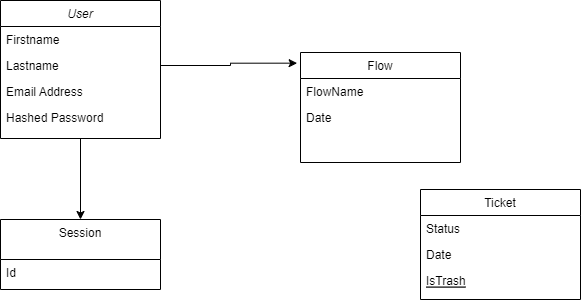
Earlier version of the draw.io export MDC.drawio.png (ClementPremartin/diagramme-flux). Source tidied: cells renumbered, new cells last; positions are measured from the earlier drawing's top-left corner, leaving out a move shared by most shapes.
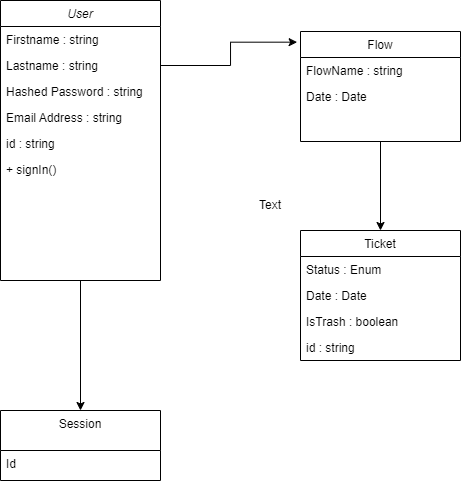
After the change.

Commit message:
Mettre à jour MDC.drawio.png

The edit, as a diff of the source:
```diff
@@ -3,45 +3,54 @@
     <mxCell id="0" />
     <mxCell id="1" parent="0" />
     <mxCell id="2" value="User" style="swimlane;fontStyle=2;align=center;verticalAlign=top;horizontal=1;startSize=26;rounded=0;shadow=0;strokeWidth=1;" parent="1" vertex="1">
-      <mxGeometry width="160" height="138" as="geometry" />
+      <mxGeometry y="-31" width="160" height="280" as="geometry" />
     </mxCell>
-    <mxCell id="3" value="Firstname" style="text;align=left;verticalAlign=top;spacingLeft=4;spacingRight=4;overflow=hidden;" parent="2" vertex="1">
+    <mxCell id="3" value="Firstname : string" style="text;align=left;verticalAlign=top;spacingLeft=4;spacingRight=4;overflow=hidden;" parent="2" vertex="1">
       <mxGeometry y="26" width="160" height="26" as="geometry" />
     </mxCell>
-    <mxCell id="4" value="Lastname" style="text;align=left;verticalAlign=top;spacingLeft=4;spacingRight=4;overflow=hidden;points=[[0,0.5],[1,0.5]];portConstraint=eastwest;rounded=0;shadow=0;html=0;" parent="2" vertex="1">
+    <mxCell id="4" value="Lastname : string" style="text;align=left;verticalAlign=top;spacingLeft=4;spacingRight=4;overflow=hidden;points=[[0,0.5],[1,0.5]];portConstraint=eastwest;rounded=0;shadow=0;html=0;" parent="2" vertex="1">
       <mxGeometry y="52" width="160" height="26" as="geometry" />
     </mxCell>
+    <mxCell id="6" value="Hashed Password : string" style="text;align=left;verticalAlign=top;spacingLeft=4;spacingRight=4;overflow=hidden;rounded=0;shadow=0;html=0;" parent="2" vertex="1">
+      <mxGeometry y="78" width="160" height="26" as="geometry" />
+    </mxCell>
-    <mxCell id="5" value="Email Address" style="text;align=left;verticalAlign=top;spacingLeft=4;spacingRight=4;overflow=hidden;rounded=0;shadow=0;html=0;" parent="2" vertex="1">
-      <mxGeometry y="78" width="160" height="26" as="geometry" />
+    <mxCell id="5" value="Email Address : string" style="text;align=left;verticalAlign=top;spacingLeft=4;spacingRight=4;overflow=hidden;rounded=0;shadow=0;html=0;" parent="2" vertex="1">
+      <mxGeometry y="104" width="160" height="26" as="geometry" />
     </mxCell>
-    <mxCell id="6" value="Hashed Password" style="text;align=left;verticalAlign=top;spacingLeft=4;spacingRight=4;overflow=hidden;rounded=0;shadow=0;html=0;" parent="2" vertex="1">
-      <mxGeometry y="104" width="160" height="26" as="geometry" />
-    </mxCell>
+    <mxCell id="18" value="id : string" style="text;align=left;verticalAlign=top;spacingLeft=4;spacingRight=4;overflow=hidden;rounded=0;shadow=0;html=0;" parent="2" vertex="1">
+      <mxGeometry y="130" width="160" height="26" as="geometry" />
+    </mxCell>
+    <mxCell id="19" value="+ signIn()" style="text;align=left;verticalAlign=top;spacingLeft=4;spacingRight=4;overflow=hidden;rounded=0;shadow=0;html=0;" parent="2" vertex="1">
+      <mxGeometry y="156" width="160" height="26" as="geometry" />
+    </mxCell>
     <mxCell id="7" value="Ticket" style="swimlane;fontStyle=0;align=center;verticalAlign=top;horizontal=1;startSize=26;rounded=0;shadow=0;strokeWidth=1;" parent="1" vertex="1">
-      <mxGeometry x="420" y="189" width="160" height="110" as="geometry" />
+      <mxGeometry x="300" y="199" width="160" height="130" as="geometry" />
     </mxCell>
-    <mxCell id="8" value="Status" style="text;align=left;verticalAlign=top;spacingLeft=4;spacingRight=4;overflow=hidden;" parent="7" vertex="1">
+    <mxCell id="8" value="Status : Enum" style="text;align=left;verticalAlign=top;spacingLeft=4;spacingRight=4;overflow=hidden;" parent="7" vertex="1">
       <mxGeometry y="26" width="160" height="26" as="geometry" />
     </mxCell>
-    <mxCell id="9" value="Date" style="text;align=left;verticalAlign=top;spacingLeft=4;spacingRight=4;overflow=hidden;rounded=0;shadow=0;html=0;" parent="7" vertex="1">
+    <mxCell id="9" value="Date : Date" style="text;align=left;verticalAlign=top;spacingLeft=4;spacingRight=4;overflow=hidden;rounded=0;shadow=0;html=0;" parent="7" vertex="1">
       <mxGeometry y="52" width="160" height="26" as="geometry" />
     </mxCell>
-    <mxCell id="10" value="IsTrash" style="text;align=left;verticalAlign=top;spacingLeft=4;spacingRight=4;overflow=hidden;fontStyle=4;" parent="7" vertex="1">
+    <mxCell id="10" value="IsTrash : boolean" style="text;align=left;verticalAlign=top;spacingLeft=4;spacingRight=4;overflow=hidden;fontStyle=0;" parent="7" vertex="1">
       <mxGeometry y="78" width="160" height="26" as="geometry" />
     </mxCell>
+    <mxCell id="20" value="id : string" style="text;align=left;verticalAlign=top;spacingLeft=4;spacingRight=4;overflow=hidden;fontStyle=0;" parent="7" vertex="1">
+      <mxGeometry y="104" width="160" height="26" as="geometry" />
+    </mxCell>
     <mxCell id="11" value="Session" style="swimlane;fontStyle=0;align=center;verticalAlign=top;horizontal=1;startSize=40;rounded=0;shadow=0;strokeWidth=1;" parent="1" vertex="1">
-      <mxGeometry y="219" width="160" height="70" as="geometry" />
+      <mxGeometry y="379" width="160" height="70" as="geometry" />
     </mxCell>
     <mxCell id="12" value="Id" style="text;align=left;verticalAlign=top;spacingLeft=4;spacingRight=4;overflow=hidden;" parent="11" vertex="1">
       <mxGeometry y="40" width="160" height="30" as="geometry" />
     </mxCell>
     <mxCell id="13" value="Flow" style="swimlane;fontStyle=0;align=center;verticalAlign=top;horizontal=1;startSize=26;rounded=0;shadow=0;strokeWidth=1;" parent="1" vertex="1">
-      <mxGeometry x="300" y="52" width="160" height="110" as="geometry" />
+      <mxGeometry x="300" width="160" height="110" as="geometry" />
     </mxCell>
-    <mxCell id="14" value="FlowName" style="text;align=left;verticalAlign=top;spacingLeft=4;spacingRight=4;overflow=hidden;" parent="13" vertex="1">
+    <mxCell id="14" value="FlowName : string" style="text;align=left;verticalAlign=top;spacingLeft=4;spacingRight=4;overflow=hidden;" parent="13" vertex="1">
       <mxGeometry y="26" width="160" height="26" as="geometry" />
     </mxCell>
-    <mxCell id="15" value="Date" style="text;align=left;verticalAlign=top;spacingLeft=4;spacingRight=4;overflow=hidden;rounded=0;shadow=0;html=0;" parent="13" vertex="1">
+    <mxCell id="15" value="Date : Date" style="text;align=left;verticalAlign=top;spacingLeft=4;spacingRight=4;overflow=hidden;rounded=0;shadow=0;html=0;" parent="13" vertex="1">
       <mxGeometry y="52" width="160" height="28" as="geometry" />
     </mxCell>
     <mxCell id="16" style="edgeStyle=orthogonalEdgeStyle;rounded=0;jettySize=auto;html=1;exitX=1;exitY=0.5;exitDx=0;exitDy=0;entryX=-0.021;entryY=0.097;entryDx=0;entryDy=0;entryPerimeter=0;" parent="1" edge="1" source="4" target="13">
@@ -50,5 +59,11 @@
     <mxCell id="17" style="endArrow=classic;html=1;rounded=0;exitX=0.5;exitY=1;exitDx=0;exitDy=0;entryX=0.5;entryY=0;entryDx=0;entryDy=0;" parent="1" edge="1" source="2" target="11">
       <mxGeometry relative="1" as="geometry" />
     </mxCell>
+    <mxCell id="21" style="endArrow=classic;html=1;rounded=0;exitX=0.5;exitY=1;exitDx=0;exitDy=0;entryX=0.5;entryY=0;entryDx=0;entryDy=0;" parent="1" edge="1" source="13" target="7">
+      <mxGeometry relative="1" as="geometry" />
+    </mxCell>
+    <mxCell id="22" value="Text" style="text;html=1;strokeColor=none;fillColor=none;align=center;verticalAlign=middle;whiteSpace=wrap;rounded=0;" parent="1" vertex="1">
+      <mxGeometry x="240" y="159" width="60" height="30" as="geometry" />
+    </mxCell>
   </root>
 </mxGraphModel>
```
